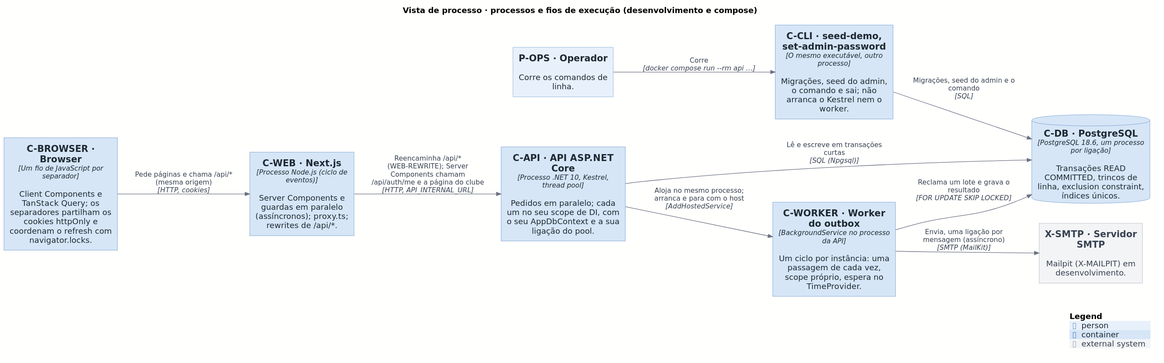
Before: docs/architecture/out/process-runtime.svg, a diagram exported from PlantUML (rodrigo4sousa/SportsEstablishments).
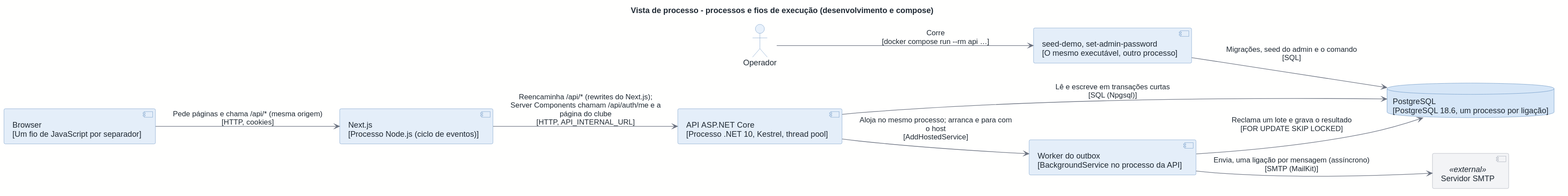
Later version of the same file.

What changed in the source:
```diff
@@ -1,28 +1,25 @@
 @startuml
-!include <C4/C4_Container>
 !include ../style.puml
 
-title Vista de processo · processos e fios de execução (desenvolvimento e compose)
+title Vista de processo - processos e fios de execução (desenvolvimento e compose)
 
-LAYOUT_LEFT_RIGHT()
+left to right direction
 
-Person(P_OPS, "P-OPS · Operador", "Corre os comandos de linha.")
-Container(C_BROWSER, "C-BROWSER · Browser", "Um fio de JavaScript por separador", "Client Components e TanStack Query; os separadores partilham os cookies httpOnly e coordenam o refresh com navigator.locks.")
-Container(C_WEB, "C-WEB · Next.js", "Processo Node.js (ciclo de eventos)", "Server Components e guardas em paralelo (assíncronos); proxy.ts; rewrites de /api/*.")
-Container(C_API, "C-API · API ASP.NET Core", "Processo .NET 10, Kestrel, thread pool", "Pedidos em paralelo; cada um no seu scope de DI, com o seu AppDbContext e a sua ligação do pool.")
-Container(C_WORKER, "C-WORKER · Worker do outbox", "BackgroundService no processo da API", "Um ciclo por instância: uma passagem de cada vez, scope próprio, espera no TimeProvider.")
-Container(C_CLI, "C-CLI · seed-demo, set-admin-password", "O mesmo executável, outro processo", "Migrações, seed do admin, o comando e sai; não arranca o Kestrel nem o worker.")
-ContainerDb(C_DB, "C-DB · PostgreSQL", "PostgreSQL 18.6, um processo por ligação", "Transações READ COMMITTED, trincos de linha, exclusion constraint, índices únicos.")
-System_Ext(X_SMTP, "X-SMTP · Servidor SMTP", "Mailpit (X-MAILPIT) em desenvolvimento.")
+actor "Operador" as P_OPS
+component "Browser\n[Um fio de JavaScript por separador]" as C_BROWSER
+component "Next.js\n[Processo Node.js (ciclo de eventos)]" as C_WEB
+component "API ASP.NET Core\n[Processo .NET 10, Kestrel, thread pool]" as C_API
+component "Worker do outbox\n[BackgroundService no processo da API]" as C_WORKER
+component "seed-demo, set-admin-password\n[O mesmo executável, outro processo]" as C_CLI
+database "PostgreSQL\n[PostgreSQL 18.6, um processo por ligação]" as C_DB
+component "Servidor SMTP" as X_SMTP <<external>>
 
-Rel(C_BROWSER, C_WEB, $plain("Pede páginas e chama /api/* (mesma origem)"), "HTTP, cookies")
-Rel(C_WEB, C_API, $plain("Reencaminha /api/* (WEB-REWRITE); Server Components chamam /api/auth/me e a página do clube"), "HTTP, API_INTERNAL_URL")
-Rel(C_API, C_WORKER, $plain("Aloja no mesmo processo; arranca e para com o host"), "AddHostedService")
-Rel(C_API, C_DB, $plain("Lê e escreve em transações curtas"), "SQL (Npgsql)")
-Rel(C_WORKER, C_DB, $plain("Reclama um lote e grava o resultado"), "FOR UPDATE SKIP LOCKED")
-Rel(C_WORKER, X_SMTP, $plain("Envia, uma ligação por mensagem (assíncrono)"), "SMTP (MailKit)")
-Rel(P_OPS, C_CLI, $plain("Corre"), "docker compose run --rm api …")
-Rel(C_CLI, C_DB, $plain("Migrações, seed do admin e o comando"), "SQL")
-
-SHOW_LEGEND()
+C_BROWSER --> C_WEB : Pede páginas e chama /api/* (mesma origem)\n[HTTP, cookies]
+C_WEB --> C_API : Reencaminha /api/* (rewrites do Next.js);\nServer Components chamam /api/auth/me e a\npágina do clube\n[HTTP, API_INTERNAL_URL]
+C_API --> C_WORKER : Aloja no mesmo processo; arranca e para com\no host\n[AddHostedService]
+C_API --> C_DB : Lê e escreve em transações curtas\n[SQL (Npgsql)]
+C_WORKER --> C_DB : Reclama um lote e grava o resultado\n[FOR UPDATE SKIP LOCKED]
+C_WORKER --> X_SMTP : Envia, uma ligação por mensagem (assíncrono)\n[SMTP (MailKit)]
+P_OPS --> C_CLI : Corre\n[docker compose run --rm api …]
+C_CLI --> C_DB : Migrações, seed do admin e o comando\n[SQL]
 @enduml
```
